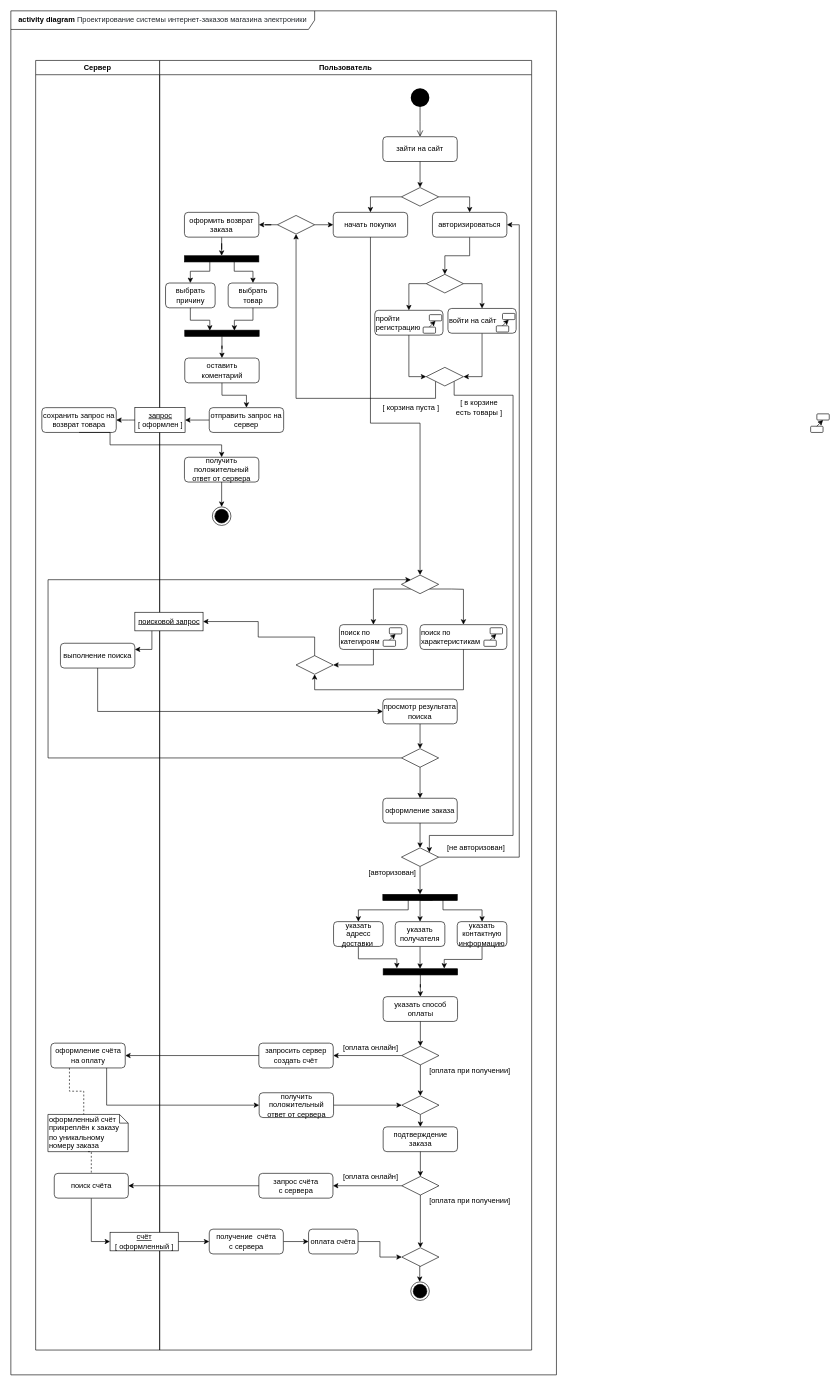
Earlier version of the draw.io diagram activity.drawio (randomunrandom/MSS). Source tidied: cells renumbered, new cells numbered last; positions are measured from the earlier drawing's top-left corner, leaving out a move shared by most shapes. Both pictures are drawn from the tidied source at 62%, with x=0, y=0 at pixel (11, 11).
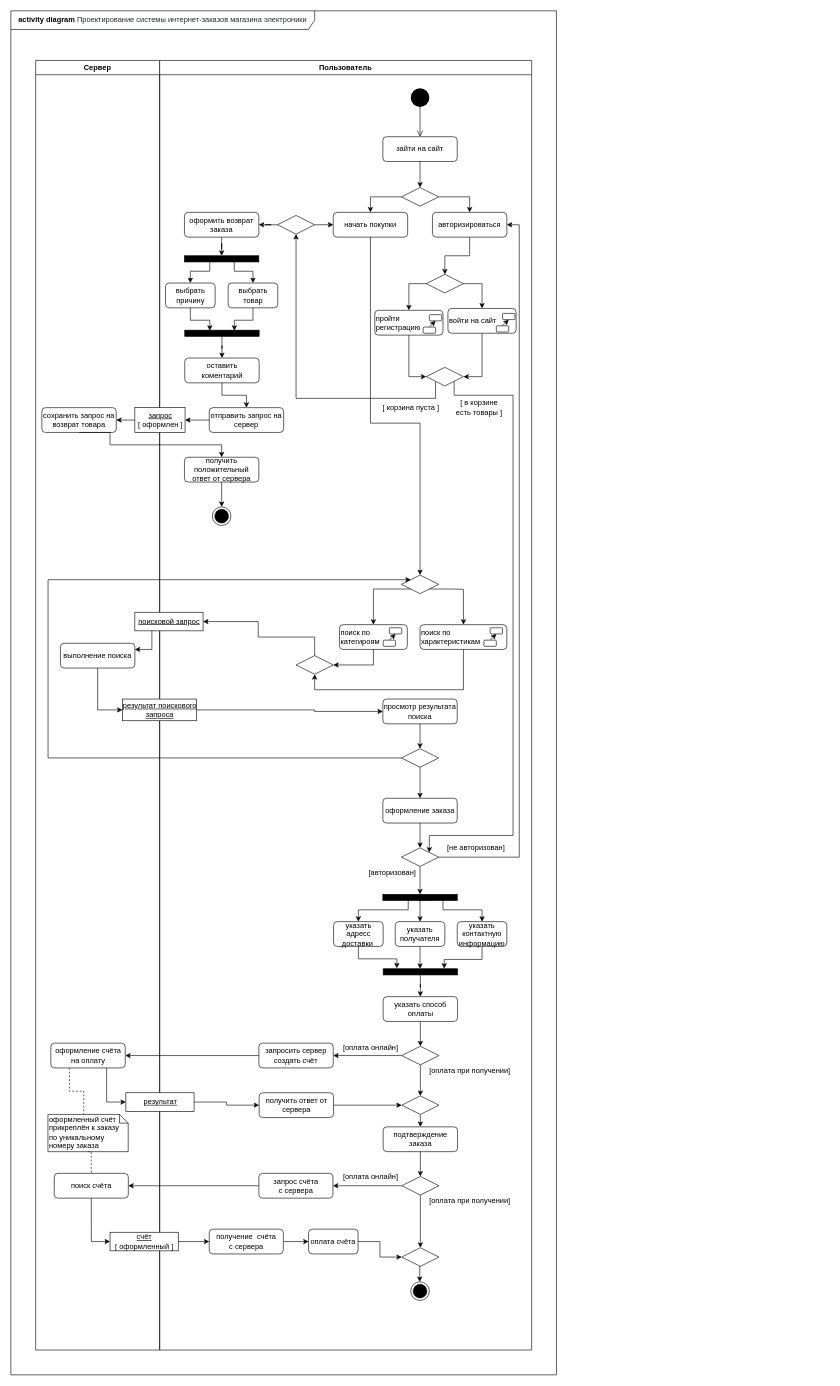
The same diagram, later.

The change refers to these unchanged cells:
```xml
<mxCell id="4" value="выполнение поиска" style="rounded=1;whiteSpace=wrap;html=1;fontFamily=Helvetica;fontSize=12;fontColor=#000000;align=center;strokeColor=#000000;fillColor=#ffffff;" parent="3" vertex="1">
  <mxGeometry x="40" y="940" width="120" height="40" as="geometry" />
</mxCell>
<mxCell id="5" value="оформление счёта на оплату" style="rounded=1;whiteSpace=wrap;html=1;fontFamily=Helvetica;fontSize=12;fontColor=#000000;align=center;strokeColor=#000000;fillColor=#ffffff;" parent="3" vertex="1">
  <mxGeometry x="24.5" y="1585" width="120" height="40" as="geometry" />
</mxCell>
<mxCell id="9" value="Пользователь" style="swimlane;whiteSpace=wrap;" parent="1" vertex="1">
  <mxGeometry x="240" y="80" width="600" height="2080" as="geometry" />
</mxCell>
<mxCell id="36" value="просмотр результата поиска" style="rounded=1;whiteSpace=wrap;html=1;fontFamily=Helvetica;fontSize=12;fontColor=#000000;align=center;strokeColor=#000000;fillColor=#ffffff;" parent="9" vertex="1">
  <mxGeometry x="360" y="1030" width="120" height="40" as="geometry" />
</mxCell>
```

What changed in the source:
```diff
@@
-    <mxCell id="98" value="получить положительный ответ от сервера" style="rounded=1;whiteSpace=wrap;html=1;fontFamily=Helvetica;fontSize=12;fontColor=#000000;align=center;strokeColor=#000000;fillColor=#ffffff;" parent="9" vertex="1">
+    <mxCell id="98" value="получить ответ от сервера" style="rounded=1;whiteSpace=wrap;html=1;fontFamily=Helvetica;fontSize=12;fontColor=#000000;align=center;strokeColor=#000000;fillColor=#ffffff;" parent="9" vertex="1">
       <mxGeometry x="160.5" y="1665" width="120" height="40" as="geometry" />
     </mxCell>
@@
-    <mxCell id="115" style="edgeStyle=orthogonalEdgeStyle;rounded=0;jettySize=auto;html=1;exitX=0.5;exitY=1;exitDx=0;exitDy=0;strokeColor=#000000;entryX=0;entryY=0.5;entryDx=0;entryDy=0;" parent="1" edge="1" source="4" target="36">
+    <mxCell id="115" style="edgeStyle=orthogonalEdgeStyle;rounded=0;jettySize=auto;html=1;exitX=1;exitY=0.5;exitDx=0;exitDy=0;strokeColor=#000000;entryX=0;entryY=0.5;entryDx=0;entryDy=0;" parent="1" edge="1" source="143" target="36">
       <mxGeometry relative="1" as="geometry">
         <Array as="points">
-          <mxPoint x="140" y="1130" />
+          <mxPoint x="490" y="1128" />
+          <mxPoint x="490" y="1130" />
         </Array>
       </mxGeometry>
     </mxCell>
@@
-    <mxCell id="121" style="edgeStyle=orthogonalEdgeStyle;rounded=0;jettySize=auto;html=1;strokeColor=#000000;exitX=0.75;exitY=1;exitDx=0;exitDy=0;entryX=0;entryY=0.5;entryDx=0;entryDy=0;" parent="1" edge="1" source="5" target="98">
+    <mxCell id="121" style="edgeStyle=orthogonalEdgeStyle;rounded=0;jettySize=auto;html=1;strokeColor=#000000;exitX=1;exitY=0.5;exitDx=0;exitDy=0;entryX=0;entryY=0.5;entryDx=0;entryDy=0;" parent="1" edge="1" source="145" target="98">
       <mxGeometry relative="1" as="geometry" />
     </mxCell>
-    <mxCell id="122" style="rounded=1;whiteSpace=wrap;html=1;fontFamily=Helvetica;fontSize=12;fontColor=#000000;align=center;strokeColor=#000000;fillColor=#ffffff;" parent="1" vertex="1">
-      <mxGeometry x="1290" y="670" width="20" height="10" as="geometry" />
-    </mxCell>
-    <mxCell id="123" style="rounded=1;whiteSpace=wrap;html=1;fontFamily=Helvetica;fontSize=12;fontColor=#000000;align=center;strokeColor=#000000;fillColor=#ffffff;" parent="1" vertex="1">
-      <mxGeometry x="1300" y="650" width="20" height="10" as="geometry" />
-    </mxCell>
-    <mxCell id="124" style="jettySize=auto;html=1;exitX=0.5;exitY=0;exitDx=0;exitDy=0;entryX=0.5;entryY=1;entryDx=0;entryDy=0;strokeColor=#000000;rounded=0;" parent="1" edge="1" source="122" target="123">
-      <mxGeometry relative="1" as="geometry" />
-    </mxCell>
@@
+    <mxCell id="143" value="&lt;u&gt;результат поискового&lt;br&gt;запроса&lt;/u&gt;" style="html=1;strokeColor=#000000;" parent="1" vertex="1">
+      <mxGeometry x="180" y="1110" width="119.5" height="35" as="geometry" />
+    </mxCell>
+    <mxCell id="144" style="edgeStyle=orthogonalEdgeStyle;rounded=0;jettySize=auto;html=1;exitX=0.5;exitY=1;exitDx=0;exitDy=0;strokeColor=#000000;entryX=0;entryY=0.5;entryDx=0;entryDy=0;" parent="1" edge="1" source="4" target="143">
+      <mxGeometry relative="1" as="geometry" />
+    </mxCell>
+    <mxCell id="145" value="&lt;u&gt;результат&lt;/u&gt;" style="html=1;strokeColor=#000000;" parent="1" vertex="1">
+      <mxGeometry x="185.5" y="1745" width="110" height="30" as="geometry" />
+    </mxCell>
+    <mxCell id="146" style="edgeStyle=orthogonalEdgeStyle;rounded=0;jettySize=auto;html=1;strokeColor=#000000;exitX=0.75;exitY=1;exitDx=0;exitDy=0;entryX=0;entryY=0.5;entryDx=0;entryDy=0;" parent="1" edge="1" source="5" target="145">
+      <mxGeometry relative="1" as="geometry" />
+    </mxCell>
```
